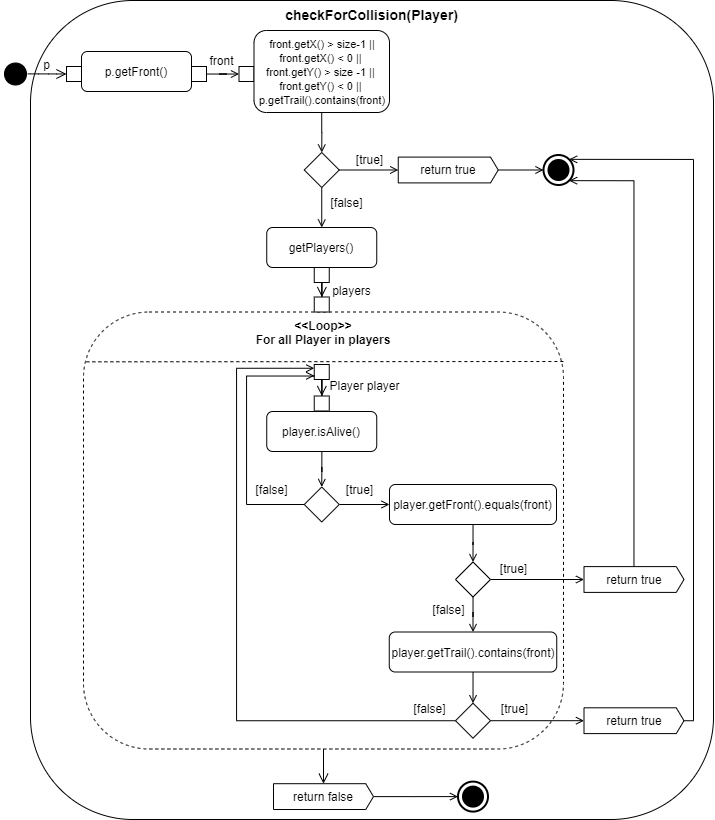
Earlier version of the draw.io export Doku/images/AD_checkForCollision.png (KjellooMelloo/gameoftrons). Source tidied: cells renumbered, new cells last; positions are measured from the earlier drawing's top-left corner, leaving out a move shared by most shapes. Source of this version:
```xml
<mxGraphModel>
  <root>
    <mxCell id="0" />
    <mxCell id="1" parent="0" />
    <mxCell id="2" value="&lt;b&gt;&lt;font style=&quot;font-size: 14px&quot;&gt;checkForCollision(Player)&lt;/font&gt;&lt;/b&gt;" style="rounded=1;whiteSpace=wrap;html=1;align=center;verticalAlign=top;" parent="1" vertex="1">
      <mxGeometry x="30" width="683" height="819" as="geometry" />
    </mxCell>
    <mxCell id="3" value="&lt;b&gt;&amp;lt;&amp;lt;Loop&amp;gt;&amp;gt;&lt;br&gt;For all Player in players&lt;br&gt;&lt;/b&gt;" style="shape=ext;rounded=1;html=1;whiteSpace=wrap;dashed=1;verticalAlign=top;align=center;" parent="1" vertex="1">
      <mxGeometry x="83" y="311.5" width="480" height="437" as="geometry" />
    </mxCell>
    <mxCell id="4" style="ellipse;html=1;shape=startState;fillColor=#000000;strokeColor=#000000;align=center;" parent="1" vertex="1">
      <mxGeometry y="58.5" width="30" height="30" as="geometry" />
    </mxCell>
    <mxCell id="5" style="edgeStyle=orthogonalEdgeStyle;html=1;verticalAlign=bottom;endArrow=open;endSize=8;strokeColor=#000000;exitX=0.909;exitY=0.496;exitDx=0;exitDy=0;exitPerimeter=0;entryX=0;entryY=0.5;entryDx=0;entryDy=0;" parent="1" edge="1" source="4" target="6">
      <mxGeometry relative="1" as="geometry" />
    </mxCell>
    <mxCell id="6" style="rounded=0;whiteSpace=wrap;html=1;strokeColor=#000000;align=center;" parent="1" vertex="1">
      <mxGeometry x="66" y="66" width="15" height="15" as="geometry" />
    </mxCell>
    <mxCell id="7" value="p" style="text;html=1;align=center;verticalAlign=middle;" parent="1" vertex="1">
      <mxGeometry x="36" y="53.5" width="20" height="20" as="geometry" />
    </mxCell>
    <mxCell id="8" value="p.getFront()" style="shape=rect;html=1;rounded=1;whiteSpace=wrap;align=center;" parent="1" vertex="1">
      <mxGeometry x="81" y="51" width="110" height="40" as="geometry" />
    </mxCell>
    <mxCell id="9" style="edgeStyle=orthogonalEdgeStyle;rounded=0;jettySize=auto;html=1;endArrow=open;endFill=0;fontSize=16;" parent="1" edge="1" source="10" target="11">
      <mxGeometry relative="1" as="geometry" />
    </mxCell>
    <mxCell id="10" style="rounded=0;whiteSpace=wrap;html=1;strokeColor=#000000;align=center;fontSize=16;" parent="1" vertex="1">
      <mxGeometry x="191" y="66" width="15" height="15" as="geometry" />
    </mxCell>
    <mxCell id="11" style="rounded=0;whiteSpace=wrap;html=1;strokeColor=#000000;align=center;fontSize=16;" parent="1" vertex="1">
      <mxGeometry x="238.5" y="66" width="15" height="15" as="geometry" />
    </mxCell>
    <mxCell id="12" value="&lt;font style=&quot;font-size: 12px&quot;&gt;front&lt;/font&gt;" style="text;html=1;align=center;verticalAlign=middle;fontSize=16;" parent="1" vertex="1">
      <mxGeometry x="201" y="43.5" width="40" height="30" as="geometry" />
    </mxCell>
    <mxCell id="13" style="edgeStyle=orthogonalEdgeStyle;rounded=0;jettySize=auto;html=1;entryX=0.5;entryY=0;entryDx=0;entryDy=0;endArrow=open;endFill=0;fontSize=16;" parent="1" edge="1" source="14" target="17">
      <mxGeometry relative="1" as="geometry" />
    </mxCell>
    <mxCell id="14" value="&lt;span style=&quot;font-size: 11px ; text-align: left ; white-space: nowrap ; background-color: rgb(255 , 255 , 255)&quot;&gt;front.getX() &amp;gt; size-1 ||&lt;/span&gt;&lt;br style=&quot;font-size: 11px ; text-align: left ; white-space: nowrap&quot;&gt;&lt;span style=&quot;font-size: 11px ; text-align: left ; white-space: nowrap ; background-color: rgb(255 , 255 , 255)&quot;&gt;front.getX() &amp;lt; 0 ||&amp;nbsp;&lt;/span&gt;&lt;br style=&quot;font-size: 11px ; text-align: left ; white-space: nowrap&quot;&gt;&lt;span style=&quot;font-size: 11px ; text-align: left ; white-space: nowrap ; background-color: rgb(255 , 255 , 255)&quot;&gt;front.getY() &amp;gt; size -1 ||&amp;nbsp;&lt;/span&gt;&lt;br style=&quot;font-size: 11px ; text-align: left ; white-space: nowrap&quot;&gt;&lt;span style=&quot;font-size: 11px ; text-align: left ; white-space: nowrap ; background-color: rgb(255 , 255 , 255)&quot;&gt;front.getY() &amp;lt; 0 ||&amp;nbsp;&lt;/span&gt;&lt;br style=&quot;font-size: 11px ; text-align: left ; white-space: nowrap&quot;&gt;&lt;span style=&quot;font-size: 11px ; text-align: left ; white-space: nowrap ; background-color: rgb(255 , 255 , 255)&quot;&gt;p.getTrail().contains(front)&lt;/span&gt;" style="shape=rect;html=1;rounded=1;whiteSpace=wrap;align=center;" parent="1" vertex="1">
      <mxGeometry x="253.5" y="30" width="135.5" height="82" as="geometry" />
    </mxCell>
    <mxCell id="15" style="edgeStyle=orthogonalEdgeStyle;rounded=0;jettySize=auto;html=1;entryX=0;entryY=0.5;entryDx=0;entryDy=0;endArrow=open;endFill=0;fontSize=16;entryPerimeter=0;" parent="1" edge="1" source="17" target="53">
      <mxGeometry relative="1" as="geometry" />
    </mxCell>
    <mxCell id="16" style="edgeStyle=orthogonalEdgeStyle;rounded=0;jettySize=auto;html=1;entryX=0.5;entryY=0;entryDx=0;entryDy=0;endArrow=open;endFill=0;fontSize=16;" parent="1" edge="1" source="17" target="19">
      <mxGeometry relative="1" as="geometry" />
    </mxCell>
    <mxCell id="17" style="rhombus;whiteSpace=wrap;html=1;strokeColor=#000000;align=center;fontSize=16;" parent="1" vertex="1">
      <mxGeometry x="303.8" y="152" width="35" height="35" as="geometry" />
    </mxCell>
    <mxCell id="18" value="&lt;font style=&quot;font-size: 12px&quot;&gt;[true]&lt;/font&gt;" style="text;html=1;align=center;verticalAlign=middle;fontSize=16;" parent="1" vertex="1">
      <mxGeometry x="348.8" y="143" width="40" height="30" as="geometry" />
    </mxCell>
    <mxCell id="19" value="getPlayers()" style="shape=rect;html=1;rounded=1;whiteSpace=wrap;align=center;" parent="1" vertex="1">
      <mxGeometry x="266.2" y="227" width="110" height="40" as="geometry" />
    </mxCell>
    <mxCell id="20" value="&lt;font style=&quot;font-size: 12px&quot;&gt;[false]&lt;/font&gt;" style="text;html=1;align=center;verticalAlign=middle;fontSize=16;" parent="1" vertex="1">
      <mxGeometry x="321" y="185.8" width="50" height="30" as="geometry" />
    </mxCell>
    <mxCell id="21" style="edgeStyle=orthogonalEdgeStyle;rounded=0;jettySize=auto;html=1;entryX=0.5;entryY=0;entryDx=0;entryDy=0;endArrow=open;endFill=0;fontSize=16;" parent="1" edge="1" source="22" target="33">
      <mxGeometry relative="1" as="geometry" />
    </mxCell>
    <mxCell id="22" value="player.isAlive()" style="shape=rect;html=1;rounded=1;whiteSpace=wrap;align=center;" parent="1" vertex="1">
      <mxGeometry x="266.2" y="411" width="110" height="40" as="geometry" />
    </mxCell>
    <mxCell id="23" style="edgeStyle=orthogonalEdgeStyle;rounded=0;jettySize=auto;html=1;endArrow=open;endFill=0;endSize=8;strokeColor=#000000;exitX=0.5;exitY=1;exitDx=0;exitDy=0;" parent="1" edge="1" source="24" target="25">
      <mxGeometry relative="1" as="geometry" />
    </mxCell>
    <mxCell id="24" style="rounded=0;whiteSpace=wrap;html=1;strokeColor=#000000;align=center;" parent="1" vertex="1">
      <mxGeometry x="313.8" y="267" width="15" height="15" as="geometry" />
    </mxCell>
    <mxCell id="25" style="rounded=0;whiteSpace=wrap;html=1;strokeColor=#000000;align=center;" parent="1" vertex="1">
      <mxGeometry x="313.8" y="296.5" width="15" height="15" as="geometry" />
    </mxCell>
    <mxCell id="26" value="players" style="text;html=1;align=center;verticalAlign=middle;" parent="1" vertex="1">
      <mxGeometry x="326.2" y="279.5" width="50" height="20" as="geometry" />
    </mxCell>
    <mxCell id="27" style="edgeStyle=orthogonalEdgeStyle;rounded=0;jettySize=auto;html=1;endArrow=open;endFill=0;endSize=8;strokeColor=#000000;" parent="1" edge="1" source="28" target="29">
      <mxGeometry relative="1" as="geometry" />
    </mxCell>
    <mxCell id="28" style="rounded=0;whiteSpace=wrap;html=1;strokeColor=#000000;align=center;" parent="1" vertex="1">
      <mxGeometry x="313.8" y="364" width="15" height="15" as="geometry" />
    </mxCell>
    <mxCell id="29" style="rounded=0;whiteSpace=wrap;html=1;strokeColor=#000000;align=center;" parent="1" vertex="1">
      <mxGeometry x="313.8" y="395.5" width="15" height="15" as="geometry" />
    </mxCell>
    <mxCell id="30" value="Player player" style="text;html=1;align=center;verticalAlign=middle;" parent="1" vertex="1">
      <mxGeometry x="318.5" y="375.5" width="90" height="20" as="geometry" />
    </mxCell>
    <mxCell id="31" style="edgeStyle=orthogonalEdgeStyle;rounded=0;jettySize=auto;html=1;entryX=0;entryY=0.75;entryDx=0;entryDy=0;endArrow=open;endFill=0;fontSize=16;" parent="1" edge="1" source="33" target="28">
      <mxGeometry relative="1" as="geometry">
        <Array as="points">
          <mxPoint x="246" y="504.5" />
          <mxPoint x="246" y="375.5" />
          <mxPoint x="314" y="375.5" />
        </Array>
      </mxGeometry>
    </mxCell>
    <mxCell id="32" style="edgeStyle=orthogonalEdgeStyle;rounded=0;jettySize=auto;html=1;entryX=0;entryY=0.5;entryDx=0;entryDy=0;endArrow=open;endFill=0;fontSize=16;" parent="1" edge="1" source="33" target="36">
      <mxGeometry relative="1" as="geometry" />
    </mxCell>
    <mxCell id="33" style="rhombus;whiteSpace=wrap;html=1;strokeColor=#000000;align=center;fontSize=16;" parent="1" vertex="1">
      <mxGeometry x="303.8" y="486.5" width="35" height="35" as="geometry" />
    </mxCell>
    <mxCell id="34" value="&lt;font style=&quot;font-size: 12px&quot;&gt;[false]&lt;/font&gt;" style="text;html=1;align=center;verticalAlign=middle;fontSize=16;" parent="1" vertex="1">
      <mxGeometry x="246" y="472.5" width="50" height="30" as="geometry" />
    </mxCell>
    <mxCell id="35" style="edgeStyle=orthogonalEdgeStyle;rounded=0;jettySize=auto;html=1;entryX=0.5;entryY=0;entryDx=0;entryDy=0;endArrow=open;endFill=0;fontSize=16;" parent="1" edge="1" source="36" target="40">
      <mxGeometry relative="1" as="geometry" />
    </mxCell>
    <mxCell id="36" value="player.getFront().equals(front)" style="shape=rect;html=1;rounded=1;whiteSpace=wrap;align=center;" parent="1" vertex="1">
      <mxGeometry x="389" y="484" width="167" height="40" as="geometry" />
    </mxCell>
    <mxCell id="37" value="&lt;font style=&quot;font-size: 12px&quot;&gt;[true]&lt;/font&gt;" style="text;html=1;align=center;verticalAlign=middle;fontSize=16;" parent="1" vertex="1">
      <mxGeometry x="338.8" y="472.5" width="40" height="30" as="geometry" />
    </mxCell>
    <mxCell id="38" style="edgeStyle=orthogonalEdgeStyle;rounded=0;jettySize=auto;html=1;endArrow=open;endFill=0;fontSize=16;entryX=0;entryY=0.5;entryDx=0;entryDy=0;entryPerimeter=0;" parent="1" edge="1" source="40" target="56">
      <mxGeometry relative="1" as="geometry" />
    </mxCell>
    <mxCell id="39" style="edgeStyle=orthogonalEdgeStyle;rounded=0;jettySize=auto;html=1;entryX=0.5;entryY=0;entryDx=0;entryDy=0;endArrow=open;endFill=0;fontSize=16;" parent="1" edge="1" source="40" target="43">
      <mxGeometry relative="1" as="geometry" />
    </mxCell>
    <mxCell id="40" style="rhombus;whiteSpace=wrap;html=1;strokeColor=#000000;align=center;fontSize=16;" parent="1" vertex="1">
      <mxGeometry x="455" y="561.5" width="35" height="35" as="geometry" />
    </mxCell>
    <mxCell id="41" value="&lt;font style=&quot;font-size: 12px&quot;&gt;[true]&lt;/font&gt;" style="text;html=1;align=center;verticalAlign=middle;fontSize=16;" parent="1" vertex="1">
      <mxGeometry x="493" y="551.5" width="40" height="30" as="geometry" />
    </mxCell>
    <mxCell id="42" style="edgeStyle=orthogonalEdgeStyle;rounded=0;jettySize=auto;html=1;entryX=0.5;entryY=0;entryDx=0;entryDy=0;endArrow=open;endFill=0;fontSize=16;" parent="1" edge="1" source="43" target="47">
      <mxGeometry relative="1" as="geometry" />
    </mxCell>
    <mxCell id="43" value="player.getTrail().contains(front)" style="shape=rect;html=1;rounded=1;whiteSpace=wrap;align=center;" parent="1" vertex="1">
      <mxGeometry x="388.8" y="631.5" width="167.5" height="40" as="geometry" />
    </mxCell>
    <mxCell id="44" value="&lt;font style=&quot;font-size: 12px&quot;&gt;[false]&lt;/font&gt;" style="text;html=1;align=center;verticalAlign=middle;fontSize=16;" parent="1" vertex="1">
      <mxGeometry x="422.8" y="592.5" width="50" height="30" as="geometry" />
    </mxCell>
    <mxCell id="45" style="edgeStyle=orthogonalEdgeStyle;rounded=0;jettySize=auto;html=1;endArrow=open;endFill=0;fontSize=16;entryX=0;entryY=0.5;entryDx=0;entryDy=0;entryPerimeter=0;" parent="1" edge="1" source="47" target="58">
      <mxGeometry relative="1" as="geometry" />
    </mxCell>
    <mxCell id="46" style="edgeStyle=orthogonalEdgeStyle;rounded=0;jettySize=auto;html=1;entryX=0;entryY=0.25;entryDx=0;entryDy=0;endArrow=open;endFill=0;fontSize=16;" parent="1" edge="1" source="47" target="28">
      <mxGeometry relative="1" as="geometry">
        <Array as="points">
          <mxPoint x="236" y="720.5" />
          <mxPoint x="236" y="367.5" />
        </Array>
      </mxGeometry>
    </mxCell>
    <mxCell id="47" style="rhombus;whiteSpace=wrap;html=1;strokeColor=#000000;align=center;fontSize=16;" parent="1" vertex="1">
      <mxGeometry x="455" y="702.7" width="35" height="35" as="geometry" />
    </mxCell>
    <mxCell id="48" value="&lt;font style=&quot;font-size: 12px&quot;&gt;[true]&lt;/font&gt;" style="text;html=1;align=center;verticalAlign=middle;fontSize=16;" parent="1" vertex="1">
      <mxGeometry x="494" y="691.5" width="40" height="30" as="geometry" />
    </mxCell>
    <mxCell id="49" value="&lt;font style=&quot;font-size: 12px&quot;&gt;[false]&lt;/font&gt;" style="text;html=1;align=center;verticalAlign=middle;fontSize=16;" parent="1" vertex="1">
      <mxGeometry x="403.5" y="691.5" width="50" height="30" as="geometry" />
    </mxCell>
    <mxCell id="50" style="edgeStyle=orthogonalEdgeStyle;html=1;verticalAlign=bottom;endArrow=open;endSize=8;strokeColor=#000000;entryX=0.5;entryY=0;entryDx=0;entryDy=0;exitX=0.5;exitY=1;exitDx=0;exitDy=0;rounded=0;entryPerimeter=0;" parent="1" edge="1" source="3" target="60">
      <mxGeometry relative="1" as="geometry" />
    </mxCell>
    <mxCell id="51" style="endArrow=none;dashed=1;html=1;exitX=0.006;exitY=0.114;exitDx=0;exitDy=0;exitPerimeter=0;" parent="1" edge="1" source="3">
      <mxGeometry relative="1" as="geometry">
        <mxPoint x="563" y="361" as="targetPoint" />
      </mxGeometry>
    </mxCell>
    <mxCell id="52" style="edgeStyle=orthogonalEdgeStyle;rounded=0;jettySize=auto;html=1;entryX=0;entryY=0.5;entryDx=0;entryDy=0;entryPerimeter=0;endArrow=open;endFill=0;" parent="1" edge="1" source="53" target="54">
      <mxGeometry relative="1" as="geometry" />
    </mxCell>
    <mxCell id="53" value="return true" style="html=1;shape=mxgraph.sysml.sendSigAct;strokeWidth=1;whiteSpace=wrap;align=center;" parent="1" vertex="1">
      <mxGeometry x="397.8" y="156.6" width="100" height="25.8" as="geometry" />
    </mxCell>
    <mxCell id="54" style="html=1;shape=mxgraph.sysml.actFinal;strokeWidth=2;verticalLabelPosition=bottom;verticalAlignment=top;align=center;" parent="1" vertex="1">
      <mxGeometry x="543" y="154.5" width="30" height="30" as="geometry" />
    </mxCell>
    <mxCell id="55" style="edgeStyle=orthogonalEdgeStyle;rounded=0;jettySize=auto;html=1;entryX=0.855;entryY=0.855;entryDx=0;entryDy=0;entryPerimeter=0;endArrow=open;endFill=0;" parent="1" edge="1" source="56" target="54">
      <mxGeometry relative="1" as="geometry">
        <Array as="points">
          <mxPoint x="634" y="180" />
        </Array>
      </mxGeometry>
    </mxCell>
    <mxCell id="56" value="return true" style="html=1;shape=mxgraph.sysml.sendSigAct;strokeWidth=1;whiteSpace=wrap;align=center;" parent="1" vertex="1">
      <mxGeometry x="583.5" y="566.1" width="100" height="25.8" as="geometry" />
    </mxCell>
    <mxCell id="57" style="edgeStyle=orthogonalEdgeStyle;rounded=0;jettySize=auto;html=1;entryX=0.855;entryY=0.145;entryDx=0;entryDy=0;entryPerimeter=0;endArrow=open;endFill=0;" parent="1" edge="1" source="58" target="54">
      <mxGeometry relative="1" as="geometry">
        <Array as="points">
          <mxPoint x="693" y="720" />
          <mxPoint x="693" y="159" />
        </Array>
      </mxGeometry>
    </mxCell>
    <mxCell id="58" value="return true" style="html=1;shape=mxgraph.sysml.sendSigAct;strokeWidth=1;whiteSpace=wrap;align=center;" parent="1" vertex="1">
      <mxGeometry x="583.5" y="707.3" width="100" height="25.8" as="geometry" />
    </mxCell>
    <mxCell id="59" style="edgeStyle=orthogonalEdgeStyle;rounded=0;jettySize=auto;html=1;entryX=0;entryY=0.5;entryDx=0;entryDy=0;entryPerimeter=0;endArrow=open;endFill=0;" parent="1" edge="1" source="60" target="61">
      <mxGeometry relative="1" as="geometry" />
    </mxCell>
    <mxCell id="60" value="return false" style="html=1;shape=mxgraph.sysml.sendSigAct;strokeWidth=1;whiteSpace=wrap;align=center;" parent="1" vertex="1">
      <mxGeometry x="273" y="783.2" width="100" height="25.8" as="geometry" />
    </mxCell>
    <mxCell id="61" style="html=1;shape=mxgraph.sysml.actFinal;strokeWidth=2;verticalLabelPosition=bottom;verticalAlignment=top;align=center;" parent="1" vertex="1">
      <mxGeometry x="457.5" y="781.1" width="30" height="30" as="geometry" />
    </mxCell>
  </root>
</mxGraphModel>
```
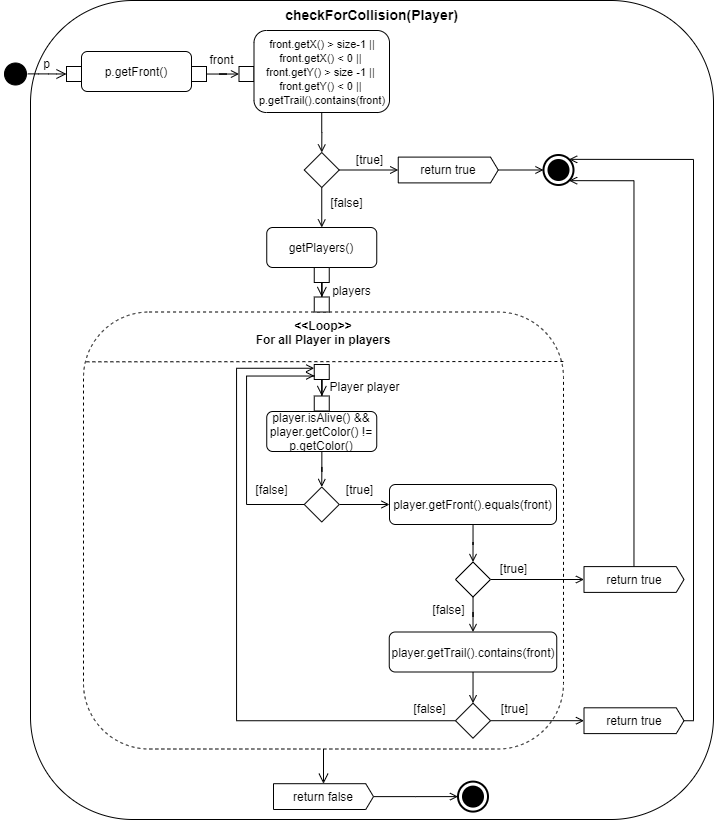
After the commit.

Commit message:
wrote more tests, updated small detail for collision check

Diff of the diagram source:
```diff
@@ -62,7 +62,7 @@
     <mxCell id="21" style="edgeStyle=orthogonalEdgeStyle;rounded=0;jettySize=auto;html=1;entryX=0.5;entryY=0;entryDx=0;entryDy=0;endArrow=open;endFill=0;fontSize=16;" parent="1" edge="1" source="22" target="33">
       <mxGeometry relative="1" as="geometry" />
     </mxCell>
-    <mxCell id="22" value="player.isAlive()" style="shape=rect;html=1;rounded=1;whiteSpace=wrap;align=center;" parent="1" vertex="1">
+    <mxCell id="22" value="player.isAlive()&amp;nbsp;&amp;amp;&amp;amp; player.getColor() != p.getColor()" style="shape=rect;html=1;rounded=1;whiteSpace=wrap;align=center;" parent="1" vertex="1">
       <mxGeometry x="266.2" y="411" width="110" height="40" as="geometry" />
     </mxCell>
     <mxCell id="23" style="edgeStyle=orthogonalEdgeStyle;rounded=0;jettySize=auto;html=1;endArrow=open;endFill=0;endSize=8;strokeColor=#000000;exitX=0.5;exitY=1;exitDx=0;exitDy=0;" parent="1" edge="1" source="24" target="25">
```
